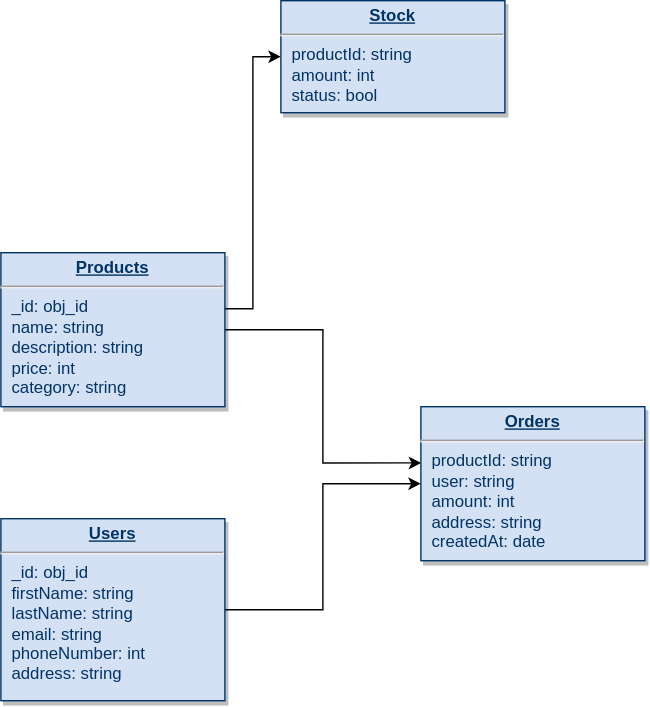
This is details/DbDiagram.svg from ITHS-gbg/labb-2-webb-Mojtabarezaei4, a draw.io export, as it was before one commit. Source tidied: cells renumbered, new cells last; positions are measured from the earlier drawing's top-left corner, leaving out a move shared by most shapes. Its diagram source:
```xml
<mxGraphModel>
  <root>
    <mxCell id="0" />
    <mxCell id="1" parent="0" />
    <mxCell id="2" style="edgeStyle=orthogonalEdgeStyle;rounded=0;jettySize=auto;html=1;entryX=0.002;entryY=0.365;entryDx=0;entryDy=0;entryPerimeter=0;" parent="1" edge="1" source="4" target="7">
      <mxGeometry relative="1" as="geometry" />
    </mxCell>
    <mxCell id="3" style="edgeStyle=orthogonalEdgeStyle;rounded=0;jettySize=auto;html=1;entryX=0;entryY=0.5;entryDx=0;entryDy=0;" parent="1" edge="1" source="4" target="8">
      <mxGeometry relative="1" as="geometry">
        <Array as="points">
          <mxPoint x="180" y="220" />
          <mxPoint x="180" y="40" />
        </Array>
      </mxGeometry>
    </mxCell>
    <mxCell id="4" value="&lt;p style=&quot;margin: 0px; margin-top: 4px; text-align: center; text-decoration: underline;&quot;&gt;&lt;b&gt;Products&lt;/b&gt;&lt;/p&gt;&lt;hr&gt;&lt;p style=&quot;margin: 0px; margin-left: 8px;&quot;&gt;_id: obj_id&lt;/p&gt;&lt;p style=&quot;margin: 0px; margin-left: 8px;&quot;&gt;name: string&lt;/p&gt;&lt;p style=&quot;margin: 0px; margin-left: 8px;&quot;&gt;description: string&lt;/p&gt;&lt;p style=&quot;margin: 0px; margin-left: 8px;&quot;&gt;price: int&lt;/p&gt;&lt;p style=&quot;margin: 0px; margin-left: 8px;&quot;&gt;category: string&lt;/p&gt;" style="verticalAlign=top;align=left;overflow=fill;fontSize=12;fontFamily=Helvetica;html=1;strokeColor=#003366;shadow=1;fillColor=#D4E1F5;fontColor=#003366;" parent="1" vertex="1">
      <mxGeometry y="180" width="160" height="110" as="geometry" />
    </mxCell>
    <mxCell id="5" style="edgeStyle=orthogonalEdgeStyle;rounded=0;jettySize=auto;html=1;entryX=0;entryY=0.5;entryDx=0;entryDy=0;" parent="1" edge="1" source="6" target="7">
      <mxGeometry relative="1" as="geometry" />
    </mxCell>
    <mxCell id="6" value="&lt;p style=&quot;margin: 0px; margin-top: 4px; text-align: center; text-decoration: underline;&quot;&gt;&lt;b&gt;Users&lt;/b&gt;&lt;/p&gt;&lt;hr&gt;&lt;p style=&quot;margin: 0px; margin-left: 8px;&quot;&gt;_id: obj_id&lt;/p&gt;&lt;p style=&quot;margin: 0px; margin-left: 8px;&quot;&gt;firstName: string&lt;/p&gt;&lt;p style=&quot;margin: 0px; margin-left: 8px;&quot;&gt;lastName: string&lt;/p&gt;&lt;p style=&quot;margin: 0px; margin-left: 8px;&quot;&gt;email: string&lt;/p&gt;&lt;p style=&quot;margin: 0px; margin-left: 8px;&quot;&gt;phoneNumber: int&lt;/p&gt;&lt;p style=&quot;margin: 0px; margin-left: 8px;&quot;&gt;address: string&lt;/p&gt;" style="verticalAlign=top;align=left;overflow=fill;fontSize=12;fontFamily=Helvetica;html=1;strokeColor=#003366;shadow=1;fillColor=#D4E1F5;fontColor=#003366;" parent="1" vertex="1">
      <mxGeometry y="370" width="160" height="130" as="geometry" />
    </mxCell>
    <mxCell id="7" value="&lt;p style=&quot;margin: 0px; margin-top: 4px; text-align: center; text-decoration: underline;&quot;&gt;&lt;b&gt;Orders&lt;/b&gt;&lt;/p&gt;&lt;hr&gt;&lt;p style=&quot;margin: 0px; margin-left: 8px;&quot;&gt;productId: string&lt;/p&gt;&lt;p style=&quot;margin: 0px; margin-left: 8px;&quot;&gt;user: string&lt;/p&gt;&lt;p style=&quot;margin: 0px; margin-left: 8px;&quot;&gt;amount: int&lt;/p&gt;&lt;p style=&quot;margin: 0px; margin-left: 8px;&quot;&gt;address: string&lt;/p&gt;&lt;p style=&quot;margin: 0px; margin-left: 8px;&quot;&gt;createdAt: date&lt;/p&gt;" style="verticalAlign=top;align=left;overflow=fill;fontSize=12;fontFamily=Helvetica;html=1;strokeColor=#003366;shadow=1;fillColor=#D4E1F5;fontColor=#003366;" parent="1" vertex="1">
      <mxGeometry x="300" y="290" width="160" height="110" as="geometry" />
    </mxCell>
    <mxCell id="8" value="&lt;p style=&quot;margin: 0px; margin-top: 4px; text-align: center; text-decoration: underline;&quot;&gt;&lt;b&gt;Stock&lt;/b&gt;&lt;/p&gt;&lt;hr&gt;&lt;p style=&quot;margin: 0px; margin-left: 8px;&quot;&gt;productId: string&lt;/p&gt;&lt;p style=&quot;margin: 0px; margin-left: 8px;&quot;&gt;amount: int&lt;/p&gt;&lt;p style=&quot;margin: 0px; margin-left: 8px;&quot;&gt;status: bool&lt;/p&gt;" style="verticalAlign=top;align=left;overflow=fill;fontSize=12;fontFamily=Helvetica;html=1;strokeColor=#003366;shadow=1;fillColor=#D4E1F5;fontColor=#003366;" parent="1" vertex="1">
      <mxGeometry x="200" width="160" height="80" as="geometry" />
    </mxCell>
  </root>
</mxGraphModel>
```
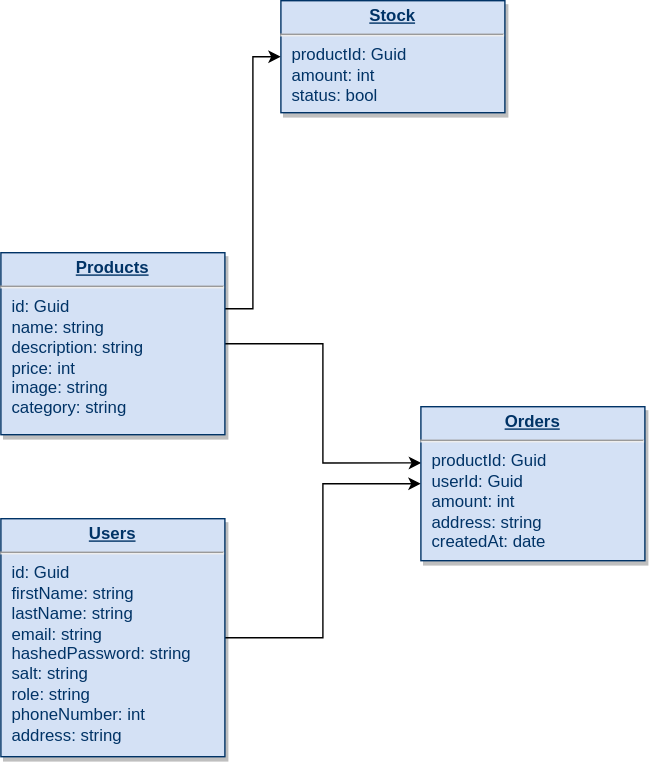
After the commit.

Change to the diagram source:
```diff
@@ -13,19 +13,19 @@
         </Array>
       </mxGeometry>
     </mxCell>
-    <mxCell id="4" value="&lt;p style=&quot;margin: 0px; margin-top: 4px; text-align: center; text-decoration: underline;&quot;&gt;&lt;b&gt;Products&lt;/b&gt;&lt;/p&gt;&lt;hr&gt;&lt;p style=&quot;margin: 0px; margin-left: 8px;&quot;&gt;_id: obj_id&lt;/p&gt;&lt;p style=&quot;margin: 0px; margin-left: 8px;&quot;&gt;name: string&lt;/p&gt;&lt;p style=&quot;margin: 0px; margin-left: 8px;&quot;&gt;description: string&lt;/p&gt;&lt;p style=&quot;margin: 0px; margin-left: 8px;&quot;&gt;price: int&lt;/p&gt;&lt;p style=&quot;margin: 0px; margin-left: 8px;&quot;&gt;category: string&lt;/p&gt;" style="verticalAlign=top;align=left;overflow=fill;fontSize=12;fontFamily=Helvetica;html=1;strokeColor=#003366;shadow=1;fillColor=#D4E1F5;fontColor=#003366;" parent="1" vertex="1">
-      <mxGeometry y="180" width="160" height="110" as="geometry" />
+    <mxCell id="4" value="&lt;p style=&quot;margin: 0px; margin-top: 4px; text-align: center; text-decoration: underline;&quot;&gt;&lt;b&gt;Products&lt;/b&gt;&lt;/p&gt;&lt;hr&gt;&lt;p style=&quot;margin: 0px; margin-left: 8px;&quot;&gt;id: Guid&lt;/p&gt;&lt;p style=&quot;margin: 0px; margin-left: 8px;&quot;&gt;name: string&lt;/p&gt;&lt;p style=&quot;margin: 0px; margin-left: 8px;&quot;&gt;description: string&lt;/p&gt;&lt;p style=&quot;margin: 0px; margin-left: 8px;&quot;&gt;price: int&lt;/p&gt;&lt;p style=&quot;margin: 0px; margin-left: 8px;&quot;&gt;image: string&lt;/p&gt;&lt;p style=&quot;margin: 0px; margin-left: 8px;&quot;&gt;category: string&lt;/p&gt;" style="verticalAlign=top;align=left;overflow=fill;fontSize=12;fontFamily=Helvetica;html=1;strokeColor=#003366;shadow=1;fillColor=#D4E1F5;fontColor=#003366;" parent="1" vertex="1">
+      <mxGeometry y="180" width="160" height="130" as="geometry" />
     </mxCell>
     <mxCell id="5" style="edgeStyle=orthogonalEdgeStyle;rounded=0;jettySize=auto;html=1;entryX=0;entryY=0.5;entryDx=0;entryDy=0;" parent="1" edge="1" source="6" target="7">
       <mxGeometry relative="1" as="geometry" />
     </mxCell>
-    <mxCell id="6" value="&lt;p style=&quot;margin: 0px; margin-top: 4px; text-align: center; text-decoration: underline;&quot;&gt;&lt;b&gt;Users&lt;/b&gt;&lt;/p&gt;&lt;hr&gt;&lt;p style=&quot;margin: 0px; margin-left: 8px;&quot;&gt;_id: obj_id&lt;/p&gt;&lt;p style=&quot;margin: 0px; margin-left: 8px;&quot;&gt;firstName: string&lt;/p&gt;&lt;p style=&quot;margin: 0px; margin-left: 8px;&quot;&gt;lastName: string&lt;/p&gt;&lt;p style=&quot;margin: 0px; margin-left: 8px;&quot;&gt;email: string&lt;/p&gt;&lt;p style=&quot;margin: 0px; margin-left: 8px;&quot;&gt;phoneNumber: int&lt;/p&gt;&lt;p style=&quot;margin: 0px; margin-left: 8px;&quot;&gt;address: string&lt;/p&gt;" style="verticalAlign=top;align=left;overflow=fill;fontSize=12;fontFamily=Helvetica;html=1;strokeColor=#003366;shadow=1;fillColor=#D4E1F5;fontColor=#003366;" parent="1" vertex="1">
-      <mxGeometry y="370" width="160" height="130" as="geometry" />
+    <mxCell id="6" value="&lt;p style=&quot;margin: 0px; margin-top: 4px; text-align: center; text-decoration: underline;&quot;&gt;&lt;b&gt;Users&lt;/b&gt;&lt;/p&gt;&lt;hr&gt;&lt;p style=&quot;margin: 0px; margin-left: 8px;&quot;&gt;id: Guid&lt;/p&gt;&lt;p style=&quot;margin: 0px; margin-left: 8px;&quot;&gt;firstName: string&lt;/p&gt;&lt;p style=&quot;margin: 0px; margin-left: 8px;&quot;&gt;lastName: string&lt;/p&gt;&lt;p style=&quot;margin: 0px; margin-left: 8px;&quot;&gt;email: string&lt;/p&gt;&lt;p style=&quot;margin: 0px; margin-left: 8px;&quot;&gt;hashedPassword: string&lt;br&gt;salt: string&lt;/p&gt;&lt;p style=&quot;margin: 0px; margin-left: 8px;&quot;&gt;role: string&lt;br&gt;&lt;span style=&quot;background-color: initial;&quot;&gt;phoneNumber: int&lt;/span&gt;&lt;/p&gt;&lt;p style=&quot;margin: 0px; margin-left: 8px;&quot;&gt;address: string&lt;/p&gt;" style="verticalAlign=top;align=left;overflow=fill;fontSize=12;fontFamily=Helvetica;html=1;strokeColor=#003366;shadow=1;fillColor=#D4E1F5;fontColor=#003366;" parent="1" vertex="1">
+      <mxGeometry y="370" width="160" height="170" as="geometry" />
     </mxCell>
-    <mxCell id="7" value="&lt;p style=&quot;margin: 0px; margin-top: 4px; text-align: center; text-decoration: underline;&quot;&gt;&lt;b&gt;Orders&lt;/b&gt;&lt;/p&gt;&lt;hr&gt;&lt;p style=&quot;margin: 0px; margin-left: 8px;&quot;&gt;productId: string&lt;/p&gt;&lt;p style=&quot;margin: 0px; margin-left: 8px;&quot;&gt;user: string&lt;/p&gt;&lt;p style=&quot;margin: 0px; margin-left: 8px;&quot;&gt;amount: int&lt;/p&gt;&lt;p style=&quot;margin: 0px; margin-left: 8px;&quot;&gt;address: string&lt;/p&gt;&lt;p style=&quot;margin: 0px; margin-left: 8px;&quot;&gt;createdAt: date&lt;/p&gt;" style="verticalAlign=top;align=left;overflow=fill;fontSize=12;fontFamily=Helvetica;html=1;strokeColor=#003366;shadow=1;fillColor=#D4E1F5;fontColor=#003366;" parent="1" vertex="1">
+    <mxCell id="7" value="&lt;p style=&quot;margin: 0px; margin-top: 4px; text-align: center; text-decoration: underline;&quot;&gt;&lt;b&gt;Orders&lt;/b&gt;&lt;/p&gt;&lt;hr&gt;&lt;p style=&quot;margin: 0px; margin-left: 8px;&quot;&gt;productId: Guid&lt;/p&gt;&lt;p style=&quot;margin: 0px; margin-left: 8px;&quot;&gt;userId: Guid&lt;/p&gt;&lt;p style=&quot;margin: 0px; margin-left: 8px;&quot;&gt;amount: int&lt;/p&gt;&lt;p style=&quot;margin: 0px; margin-left: 8px;&quot;&gt;address: string&lt;/p&gt;&lt;p style=&quot;margin: 0px; margin-left: 8px;&quot;&gt;createdAt: date&lt;/p&gt;" style="verticalAlign=top;align=left;overflow=fill;fontSize=12;fontFamily=Helvetica;html=1;strokeColor=#003366;shadow=1;fillColor=#D4E1F5;fontColor=#003366;" parent="1" vertex="1">
       <mxGeometry x="300" y="290" width="160" height="110" as="geometry" />
     </mxCell>
-    <mxCell id="8" value="&lt;p style=&quot;margin: 0px; margin-top: 4px; text-align: center; text-decoration: underline;&quot;&gt;&lt;b&gt;Stock&lt;/b&gt;&lt;/p&gt;&lt;hr&gt;&lt;p style=&quot;margin: 0px; margin-left: 8px;&quot;&gt;productId: string&lt;/p&gt;&lt;p style=&quot;margin: 0px; margin-left: 8px;&quot;&gt;amount: int&lt;/p&gt;&lt;p style=&quot;margin: 0px; margin-left: 8px;&quot;&gt;status: bool&lt;/p&gt;" style="verticalAlign=top;align=left;overflow=fill;fontSize=12;fontFamily=Helvetica;html=1;strokeColor=#003366;shadow=1;fillColor=#D4E1F5;fontColor=#003366;" parent="1" vertex="1">
+    <mxCell id="8" value="&lt;p style=&quot;margin: 0px; margin-top: 4px; text-align: center; text-decoration: underline;&quot;&gt;&lt;b&gt;Stock&lt;/b&gt;&lt;/p&gt;&lt;hr&gt;&lt;p style=&quot;margin: 0px; margin-left: 8px;&quot;&gt;productId: Guid&lt;/p&gt;&lt;p style=&quot;margin: 0px; margin-left: 8px;&quot;&gt;amount: int&lt;/p&gt;&lt;p style=&quot;margin: 0px; margin-left: 8px;&quot;&gt;status: bool&lt;/p&gt;" style="verticalAlign=top;align=left;overflow=fill;fontSize=12;fontFamily=Helvetica;html=1;strokeColor=#003366;shadow=1;fillColor=#D4E1F5;fontColor=#003366;" parent="1" vertex="1">
       <mxGeometry x="200" width="160" height="80" as="geometry" />
     </mxCell>
   </root>
```
